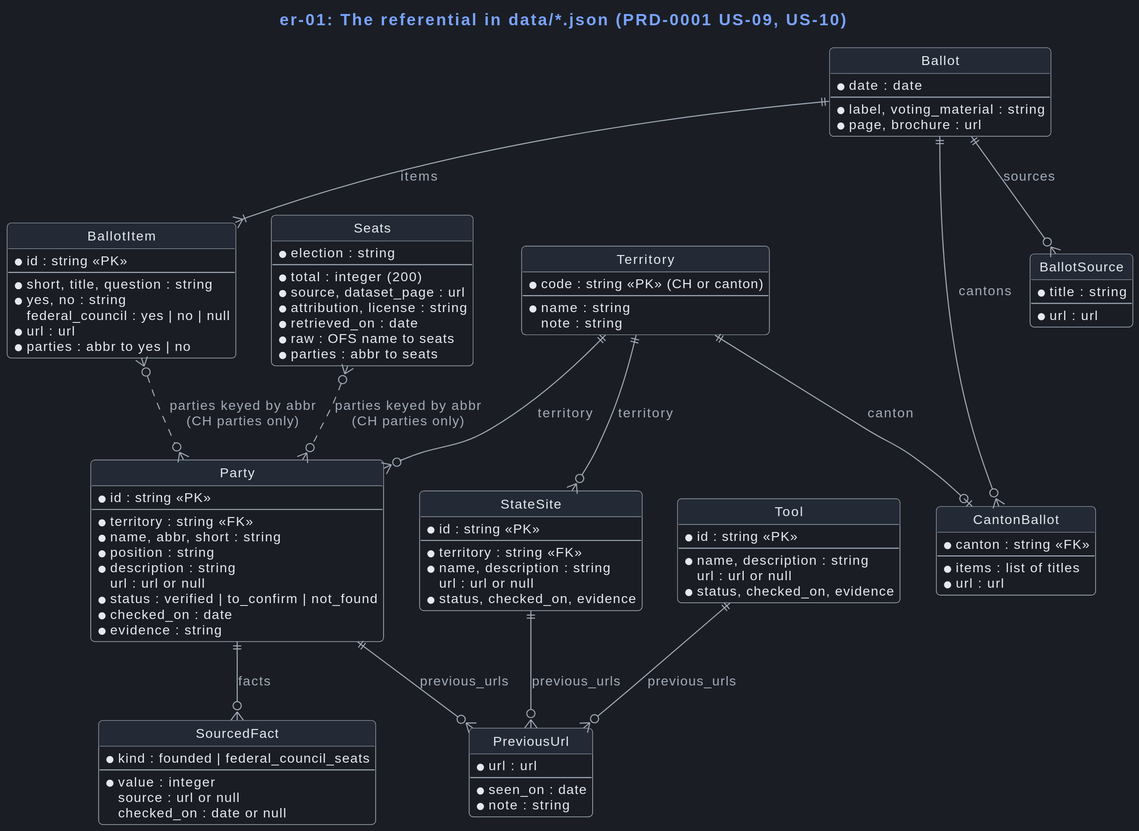
Earlier version of the PlantUML export docs/plans/active/swiss-politics-launcher/views/dark/er-01-referential.svg (VictorHueni/civic-compass).
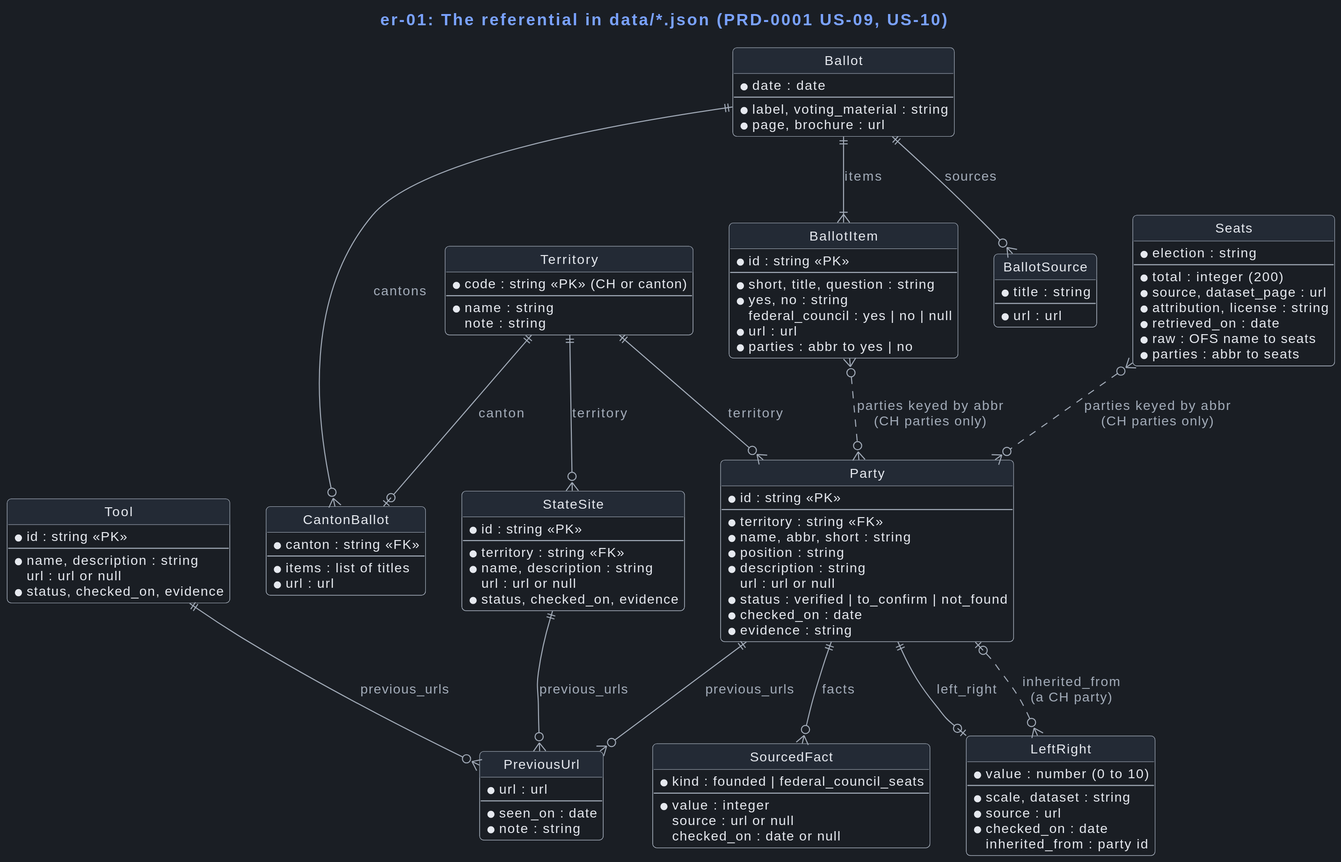
After the commit.

Change to the diagram source:
```diff
@@ -20,6 +20,15 @@
   * status : verified | to_confirm | not_found
   * checked_on : date
   * evidence : string
+}
+
+entity LeftRight {
+  * value : number (0 to 10)
+  --
+  * scale, dataset : string
+  * source : url
+  * checked_on : date
+  inherited_from : party id
 }
 
 entity SourcedFact {
@@ -98,6 +107,8 @@
 Territory ||--o{ Party : territory
 Territory ||--o{ StateSite : territory
 Party ||--o{ SourcedFact : facts
+Party ||--o| LeftRight : left_right
+LeftRight }o..o| Party : inherited_from\n(a CH party)
 Party ||--o{ PreviousUrl : previous_urls
 StateSite ||--o{ PreviousUrl : previous_urls
 Tool ||--o{ PreviousUrl : previous_urls
```
